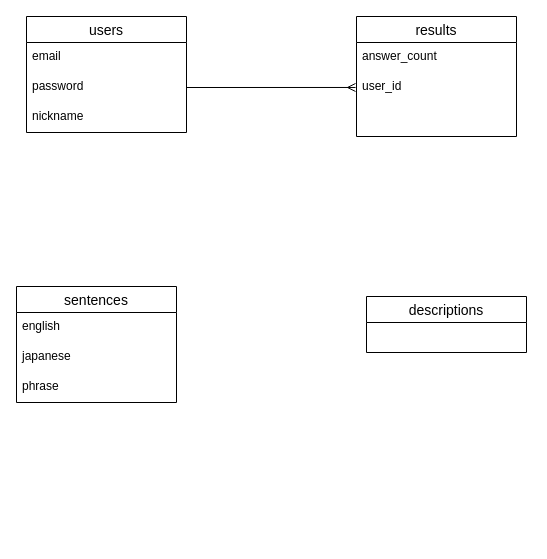
Earlier version of the draw.io diagram er_graphic.dio (yuta-git/flash_practice). Source tidied: cells renumbered, new cells numbered last; positions are measured from the earlier drawing's top-left corner, leaving out a move shared by most shapes. Both pictures are drawn from the tidied source at 100%, with x=0, y=0 at pixel (16, 16).
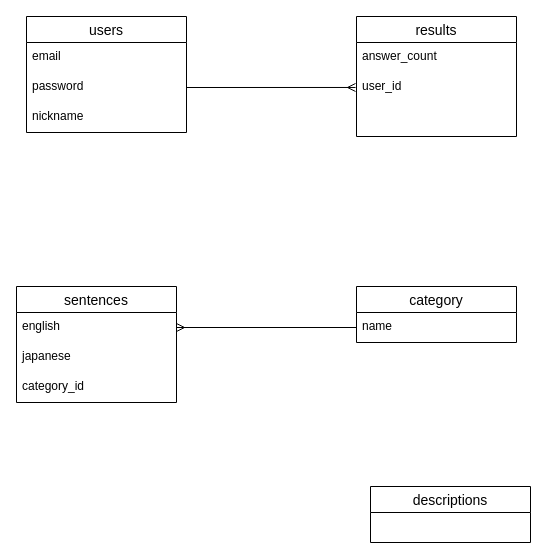
Above is the later version.

What changed in the source:
```diff
@@
 <mxGraphModel>
   <root>
     <mxCell id="0" />
     <mxCell id="1" parent="0" />
     <mxCell id="2" value="users" style="swimlane;fontStyle=0;horizontal=1;startSize=26;align=center;fontSize=14;" parent="1" vertex="1">
       <mxGeometry x="10" width="160" height="116" as="geometry" />
     </mxCell>
     <mxCell id="3" value="email&#10;&#10;" style="text;strokeColor=none;fillColor=none;spacingLeft=4;spacingRight=4;overflow=hidden;fontSize=12;" parent="2" vertex="1">
       <mxGeometry y="26" width="160" height="30" as="geometry" />
     </mxCell>
     <mxCell id="4" value="password" style="text;strokeColor=none;fillColor=none;spacingLeft=4;spacingRight=4;overflow=hidden;points=[[0,0.5],[1,0.5]];portConstraint=eastwest;fontSize=12;" parent="2" vertex="1">
       <mxGeometry y="56" width="160" height="30" as="geometry" />
     </mxCell>
     <mxCell id="5" value="nickname" style="text;strokeColor=none;fillColor=none;spacingLeft=4;spacingRight=4;overflow=hidden;fontSize=12;" parent="2" vertex="1">
       <mxGeometry y="86" width="160" height="30" as="geometry" />
     </mxCell>
     <mxCell id="6" value="results" style="swimlane;fontStyle=0;horizontal=1;startSize=26;align=center;fontSize=14;" parent="1" vertex="1">
       <mxGeometry x="340" width="160" height="120" as="geometry" />
     </mxCell>
     <mxCell id="7" value="answer_count" style="text;strokeColor=none;fillColor=none;spacingLeft=4;spacingRight=4;overflow=hidden;fontSize=12;" parent="6" vertex="1">
       <mxGeometry y="26" width="160" height="30" as="geometry" />
     </mxCell>
     <mxCell id="8" value="user_id" style="text;strokeColor=none;fillColor=none;spacingLeft=4;spacingRight=4;overflow=hidden;points=[[0,0.5],[1,0.5]];portConstraint=eastwest;fontSize=12;" parent="6" vertex="1">
       <mxGeometry y="56" width="160" height="64" as="geometry" />
     </mxCell>
     <mxCell id="9" value="sentences" style="swimlane;fontStyle=0;horizontal=1;startSize=26;align=center;fontSize=14;" parent="1" vertex="1">
       <mxGeometry y="270" width="160" height="116" as="geometry" />
     </mxCell>
     <mxCell id="10" value="english&#10;" style="text;strokeColor=none;fillColor=none;spacingLeft=4;spacingRight=4;overflow=hidden;points=[[0,0.5],[1,0.5]];portConstraint=eastwest;fontSize=12;" parent="9" vertex="1">
       <mxGeometry y="26" width="160" height="30" as="geometry" />
     </mxCell>
     <mxCell id="11" value="japanese" style="text;strokeColor=none;fillColor=none;spacingLeft=4;spacingRight=4;overflow=hidden;fontSize=12;" parent="9" vertex="1">
       <mxGeometry y="56" width="160" height="30" as="geometry" />
     </mxCell>
-    <mxCell id="12" value="phrase" style="text;strokeColor=none;fillColor=none;spacingLeft=4;spacingRight=4;overflow=hidden;fontSize=12;" parent="9" vertex="1">
+    <mxCell id="12" value="category_id" style="text;strokeColor=none;fillColor=none;spacingLeft=4;spacingRight=4;overflow=hidden;fontSize=12;" parent="9" vertex="1">
       <mxGeometry y="86" width="160" height="30" as="geometry" />
     </mxCell>
+    <mxCell id="14" style="edgeStyle=orthogonalEdgeStyle;rounded=0;jettySize=auto;html=1;exitX=1;exitY=0.5;exitDx=0;exitDy=0;entryX=-0.006;entryY=0.234;entryDx=0;entryDy=0;entryPerimeter=0;endArrow=ERmany;endFill=0;" parent="1" edge="1" source="4" target="8">
+      <mxGeometry relative="1" as="geometry" />
+    </mxCell>
     <mxCell id="13" value="descriptions" style="swimlane;fontStyle=0;horizontal=1;startSize=26;align=center;fontSize=14;" parent="1" vertex="1">
-      <mxGeometry x="350" y="280" width="160" height="56" as="geometry" />
+      <mxGeometry x="354" y="470" width="160" height="56" as="geometry" />
     </mxCell>
-    <mxCell id="14" style="edgeStyle=orthogonalEdgeStyle;rounded=0;jettySize=auto;html=1;exitX=1;exitY=0.5;exitDx=0;exitDy=0;entryX=-0.006;entryY=0.234;entryDx=0;entryDy=0;entryPerimeter=0;endArrow=ERmany;endFill=0;" parent="1" edge="1" source="4" target="8">
-      <mxGeometry relative="1" as="geometry" />
-    </mxCell>
+    <mxCell id="15" value="category" style="swimlane;fontStyle=0;horizontal=1;startSize=26;align=center;fontSize=14;" parent="1" vertex="1">
+      <mxGeometry x="340" y="270" width="160" height="56" as="geometry" />
+    </mxCell>
+    <mxCell id="16" value="name" style="text;strokeColor=none;fillColor=none;spacingLeft=4;spacingRight=4;overflow=hidden;points=[[0,0.5],[1,0.5]];portConstraint=eastwest;fontSize=12;" parent="15" vertex="1">
+      <mxGeometry y="26" width="160" height="30" as="geometry" />
+    </mxCell>
+    <mxCell id="17" style="edgeStyle=orthogonalEdgeStyle;rounded=0;jettySize=auto;html=1;exitX=0;exitY=0.5;exitDx=0;exitDy=0;entryX=1;entryY=0.5;entryDx=0;entryDy=0;endArrow=ERmany;endFill=0;" parent="1" edge="1" source="16" target="10">
+      <mxGeometry relative="1" as="geometry" />
+    </mxCell>
   </root>
 </mxGraphModel>
```
